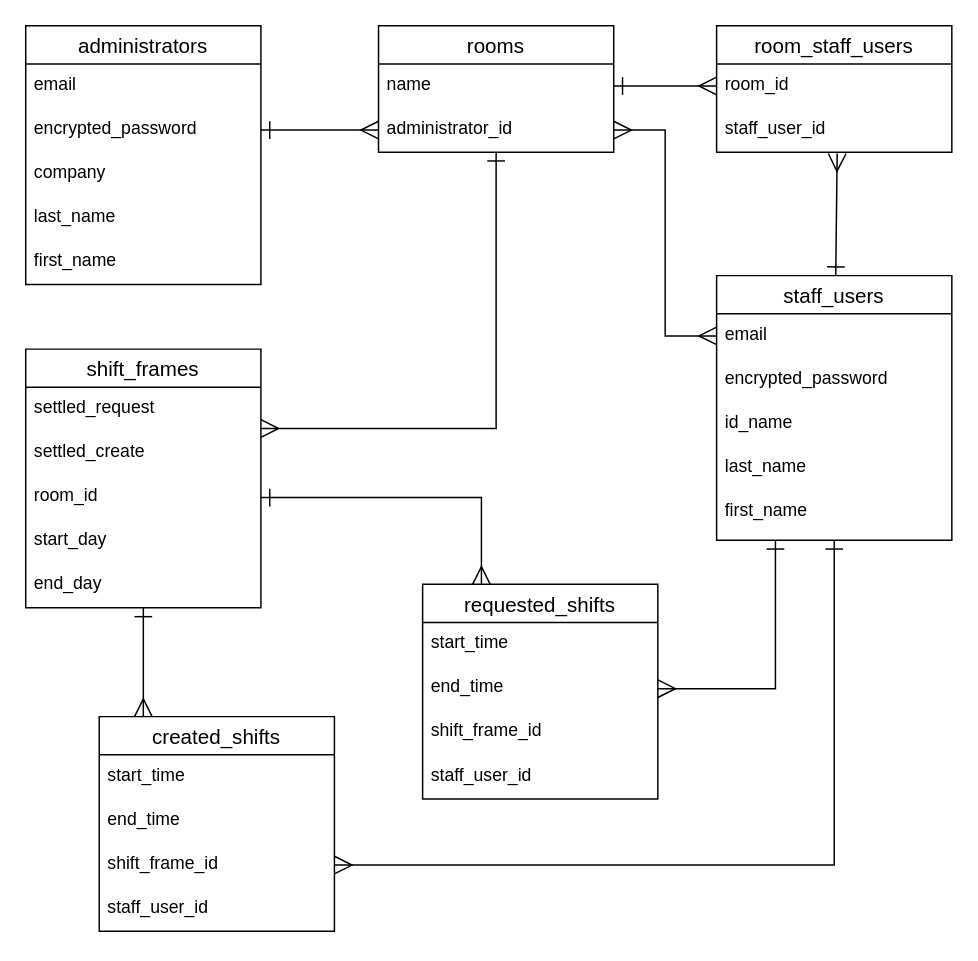
Earlier version of the draw.io diagram table.dio (mt-aya/shift-app). Source tidied: cells renumbered, new cells numbered last; positions are measured from the earlier drawing's top-left corner, leaving out a move shared by most shapes. Both pictures are drawn from the tidied source at 147%, with x=0, y=0 at pixel (25, 25).
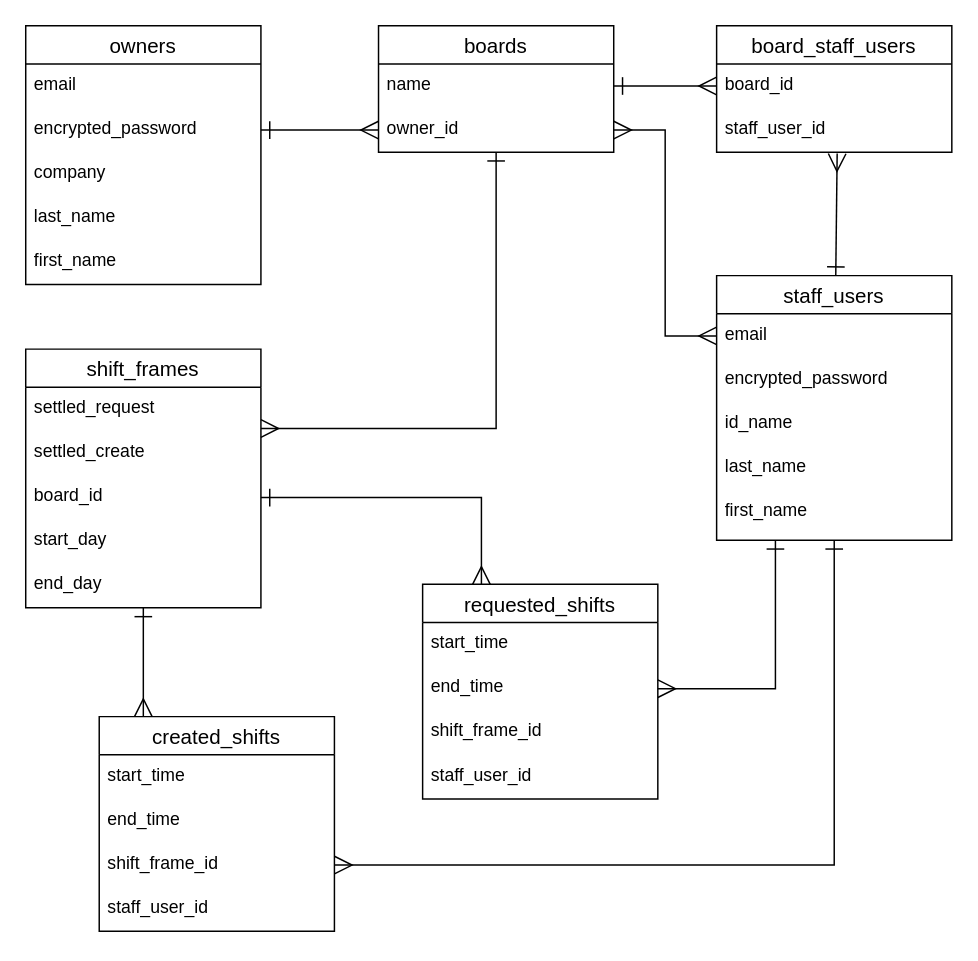
After the change.

Commit message (it also covers changes not shown here):
テーブル名変更によるREADME、ER図の修正

The change refers to these unchanged cells:
```xml
<mxCell id="38" value="shift_frames" style="swimlane;fontStyle=0;horizontal=1;startSize=26;align=center;fontSize=14;" parent="1" vertex="1">
  <mxGeometry y="220" width="160" height="176" as="geometry" />
</mxCell>
```

What changed in the source:
```diff
@@
-    <mxCell id="2" value="administrators" style="swimlane;fontStyle=0;horizontal=1;startSize=26;align=center;fontSize=14;labelBackgroundColor=none;" parent="1" vertex="1">
+    <mxCell id="2" value="owners" style="swimlane;fontStyle=0;horizontal=1;startSize=26;align=center;fontSize=14;labelBackgroundColor=none;" parent="1" vertex="1">
       <mxGeometry width="160" height="176" as="geometry" />
     </mxCell>
@@
-    <mxCell id="18" value="rooms" style="swimlane;fontStyle=0;horizontal=1;startSize=26;align=center;fontSize=14;" parent="1" vertex="1">
+    <mxCell id="18" value="boards" style="swimlane;fontStyle=0;horizontal=1;startSize=26;align=center;fontSize=14;" parent="1" vertex="1">
       <mxGeometry x="240" width="160" height="86" as="geometry" />
     </mxCell>
@@
-    <mxCell id="20" value="administrator_id" style="text;strokeColor=none;fillColor=none;spacingLeft=4;spacingRight=4;overflow=hidden;points=[[0,0.5],[1,0.5]];portConstraint=eastwest;fontSize=12;" parent="18" vertex="1">
+    <mxCell id="20" value="owner_id" style="text;strokeColor=none;fillColor=none;spacingLeft=4;spacingRight=4;overflow=hidden;points=[[0,0.5],[1,0.5]];portConstraint=eastwest;fontSize=12;" parent="18" vertex="1">
       <mxGeometry y="56" width="160" height="30" as="geometry" />
     </mxCell>
-    <mxCell id="21" value="room_staff_users" style="swimlane;fontStyle=0;horizontal=1;startSize=26;align=center;fontSize=14;" parent="1" vertex="1">
+    <mxCell id="21" value="board_staff_users" style="swimlane;fontStyle=0;horizontal=1;startSize=26;align=center;fontSize=14;" parent="1" vertex="1">
       <mxGeometry x="470" width="160" height="86" as="geometry" />
     </mxCell>
-    <mxCell id="22" value="room_id" style="text;strokeColor=none;fillColor=none;spacingLeft=4;spacingRight=4;overflow=hidden;points=[[0,0.5],[1,0.5]];portConstraint=eastwest;fontSize=12;" parent="21" vertex="1">
+    <mxCell id="22" value="board_id" style="text;strokeColor=none;fillColor=none;spacingLeft=4;spacingRight=4;overflow=hidden;points=[[0,0.5],[1,0.5]];portConstraint=eastwest;fontSize=12;" parent="21" vertex="1">
       <mxGeometry y="26" width="160" height="30" as="geometry" />
     </mxCell>
@@
-    <mxCell id="41" value="room_id" style="text;strokeColor=none;fillColor=none;spacingLeft=4;spacingRight=4;overflow=hidden;points=[[0,0.5],[1,0.5]];portConstraint=eastwest;fontSize=12;" parent="38" vertex="1">
+    <mxCell id="41" value="board_id" style="text;strokeColor=none;fillColor=none;spacingLeft=4;spacingRight=4;overflow=hidden;points=[[0,0.5],[1,0.5]];portConstraint=eastwest;fontSize=12;" parent="38" vertex="1">
       <mxGeometry y="86" width="160" height="30" as="geometry" />
     </mxCell>
```
